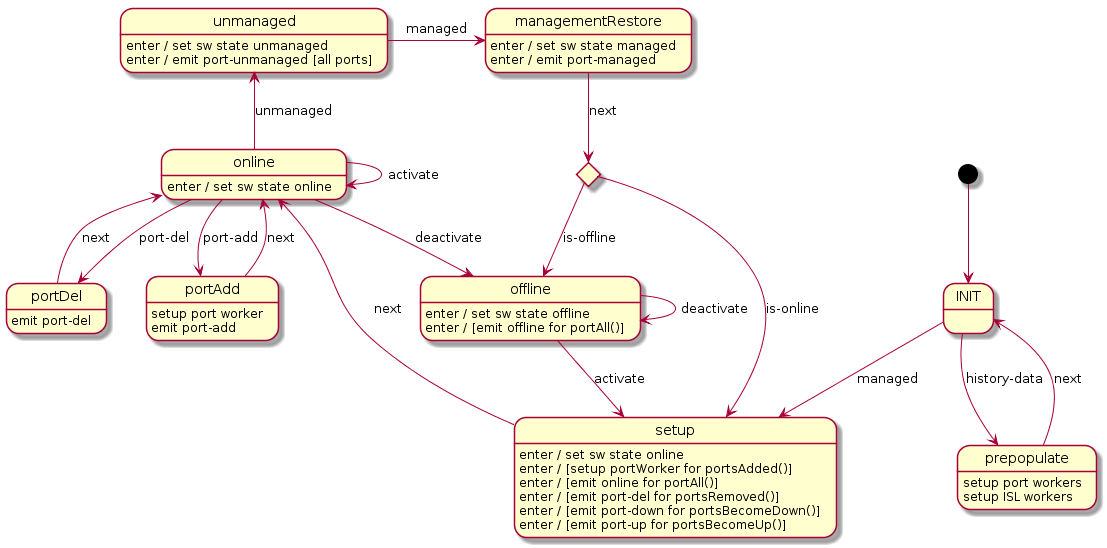
Earlier version of the PlantUML export docs/design/network-discovery/switch-FSM.png (mikalstill/open-kilda).
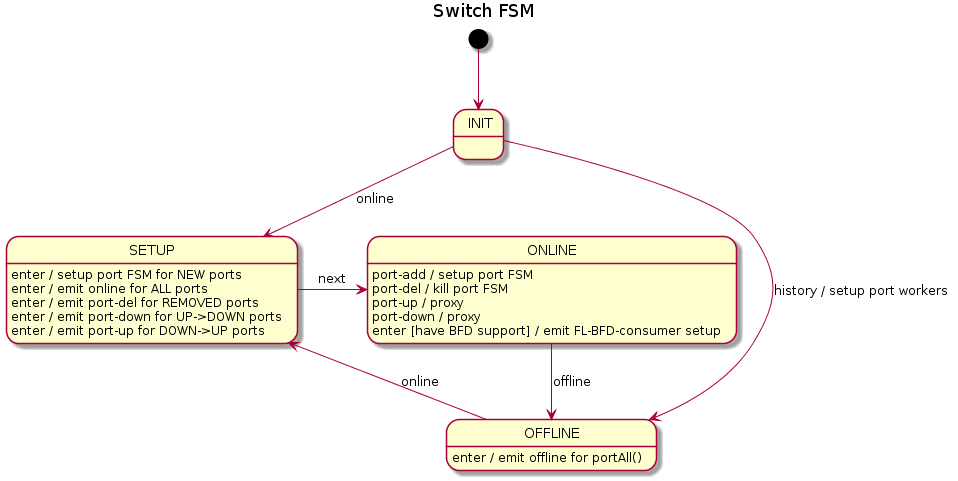
Later version of the same file.

The edit, as a diff of the source:
```diff
@@ -1,51 +1,25 @@
 @startuml
+title Switch FSM
+
 [*] --> INIT
 
-state switchSync <<choice>>
+INIT --> OFFLINE : history / setup port workers
+INIT --> SETUP : online
 
-INIT --> prepopulate : history-data
-INIT --> setup : managed
+SETUP : enter / setup port FSM for NEW ports
+SETUP : enter / emit online for ALL ports
+SETUP : enter / emit port-del for REMOVED ports
+SETUP : enter / emit port-down for UP->DOWN ports
+SETUP : enter / emit port-up for DOWN->UP ports
+SETUP -r-> ONLINE : next
 
-prepopulate : setup port workers
-prepopulate : setup ISL workers
-prepopulate --> INIT : next
+ONLINE : port-add / setup port FSM
+ONLINE : port-del / kill port FSM
+ONLINE : port-up / proxy
+ONLINE : port-down / proxy
+ONLINE : enter [have BFD support] / emit FL-BFD-consumer setup
+ONLINE --> OFFLINE : offline
 
-switchSync --> setup : is-online
-switchSync --> offline : is-offline
-
-setup : enter / set sw state online
-setup : enter / [setup portWorker for portsAdded()]
-setup : enter / [emit online for portAll()]
-setup : enter / [emit port-del for portsRemoved()]
-setup : enter / [emit port-down for portsBecomeDown()]
-setup : enter / [emit port-up for portsBecomeUp()]
-setup --> online : next
-
-online : enter / set sw state online
-online --> online : activate
-online --> offline : deactivate
-online --> portAdd : port-add
-online --> portDel : port-del
-online -u-> unmanaged : unmanaged
-
-portAdd : setup port worker
-portAdd : emit port-add
-portAdd --> online : next
-
-portDel : emit port-del
-portDel --> online : next
-
-offline : enter / set sw state offline
-offline : enter / [emit offline for portAll()]
-offline --> setup : activate
-offline --> offline : deactivate
-
-unmanaged : enter / set sw state unmanaged
-unmanaged : enter / emit port-unmanaged [all ports]
-unmanaged -r-> managementRestore : managed
-
-managementRestore : enter / set sw state managed
-managementRestore : enter / emit port-managed
-managementRestore --> switchSync : next
-
+OFFLINE : enter / emit offline for portAll()
+OFFLINE --> SETUP : online
 @enduml
```
